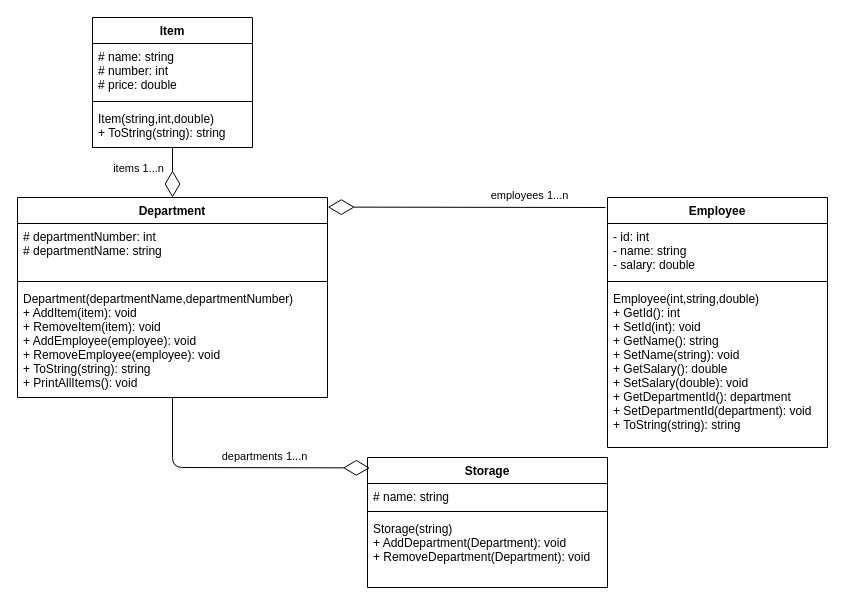
Earlier version of the draw.io diagram BlackShift-UML Diagram.drawio (Samerhajj/BlackShift). Source tidied: cells renumbered, new cells numbered last; positions are measured from the earlier drawing's top-left corner, leaving out a move shared by most shapes. Both pictures are drawn from the tidied source at 100%, with x=0, y=0 at pixel (17, 17).
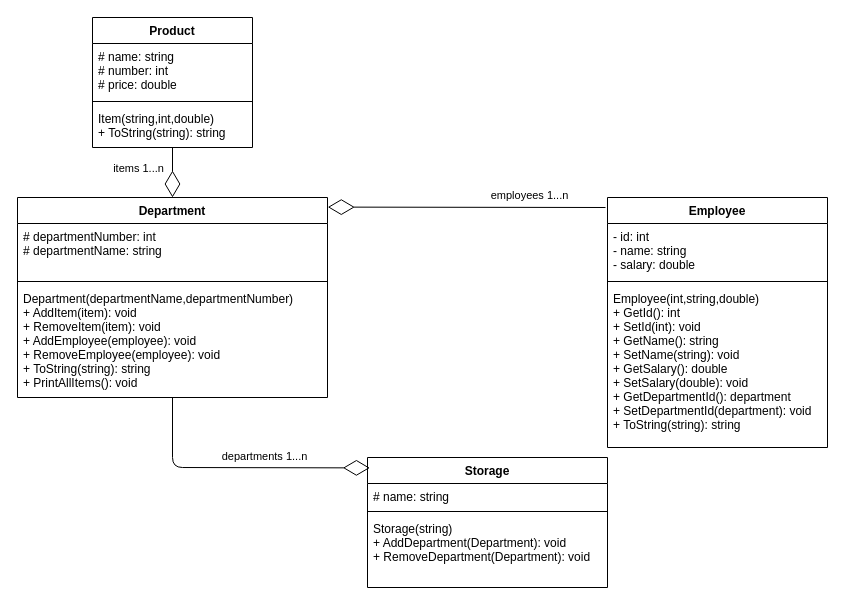
Above is the later version.

Diff of the diagram source:
```diff
@@
-    <mxCell id="2" value="Item" style="swimlane;fontStyle=1;align=center;verticalAlign=top;horizontal=1;startSize=26;" parent="1" vertex="1">
+    <mxCell id="2" value="Product" style="swimlane;fontStyle=1;align=center;verticalAlign=top;horizontal=1;startSize=26;" parent="1" vertex="1">
       <mxGeometry x="75" width="160" height="130" as="geometry" />
     </mxCell>
```
